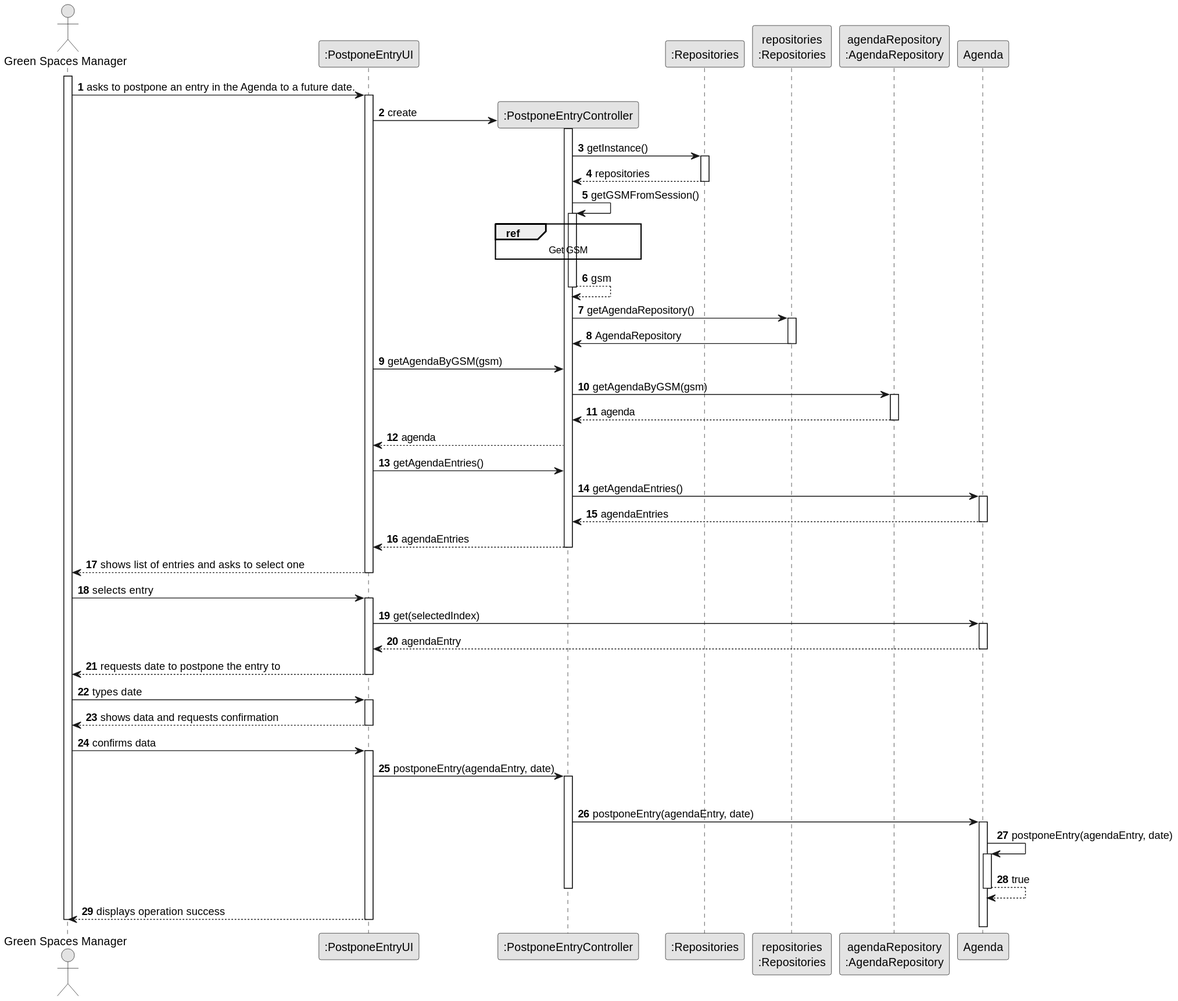
Earlier version of the PlantUML export docs/sprint3/us024/03.design/svg/us024-sequence-diagram-full.svg (tiagosoa/lei-24-s2-1dgh-g073). Source of this version:
```plantuml
@startuml
skinparam monochrome true
skinparam packageStyle rectangle
skinparam shadowing false

autonumber

actor "Green Spaces Manager" as ADM
participant ":PostponeEntryUI" as UI
participant ":PostponeEntryController" as CTRL
participant ":Repositories" as RepositorySingleton
participant "repositories\n:Repositories" as PLAT
participant "agendaRepository\n:AgendaRepository" as AR
participant "Agenda" as AG

activate ADM

        ADM -> UI : asks to postpone an entry in the Agenda to a future date.

        activate UI

            UI -> CTRL** : create

            activate CTRL

                        CTRL -> RepositorySingleton : getInstance()
                                        activate RepositorySingleton

                                            RepositorySingleton --> CTRL: repositories
                                        deactivate RepositorySingleton

                                         CTRL -> CTRL : getGSMFromSession()
                                         activate CTRL

                                         ref over CTRL
                                         Get GSM
                                         end

                                             CTRL --> CTRL : gsm
                                         deactivate CTRL

                             CTRL -> PLAT : getAgendaRepository()
                                     activate PLAT

                                 PLAT -> CTRL : AgendaRepository
                                 deactivate PLAT

                             UI -> CTRL: getAgendaByGSM(gsm)

                             CTRL -> AR: getAgendaByGSM(gsm)
                                         activate AR

                                         AR --> CTRL: agenda
                                         deactivate AR
                             CTRL --> UI : agenda


                             UI -> CTRL : getAgendaEntries()
                            CTRL -> AG : getAgendaEntries()
                            activate AG

                            AG --> CTRL : agendaEntries
                            deactivate AG

                            CTRL --> UI : agendaEntries
                            deactivate CTRL




    UI --> ADM : shows list of entries and asks to select one
    deactivate UI



    ADM -> UI : selects entry
    activate UI

                                     UI -> AG : get(selectedIndex)
                                     activate AG

                                    AG --> UI : agendaEntry
                                    deactivate AG
    UI --> ADM : requests date to postpone the entry to
    deactivate UI

        ADM -> UI : types date
        activate UI


            UI --> ADM : shows data and requests confirmation
            deactivate UI

            ADM -> UI : confirms data
            activate UI


        UI -> CTRL : postponeEntry(agendaEntry, date)
        activate CTRL

            |||

            CTRL -> AG: postponeEntry(agendaEntry, date)
            activate AG

                AG -> AG: postponeEntry(agendaEntry, date)
                            activate AG

                            AG --> AG: true
                            deactivate AG

                deactivate CTRL

            UI --> ADM: displays operation success
    deactivate UI

deactivate ADM
@enduml
```
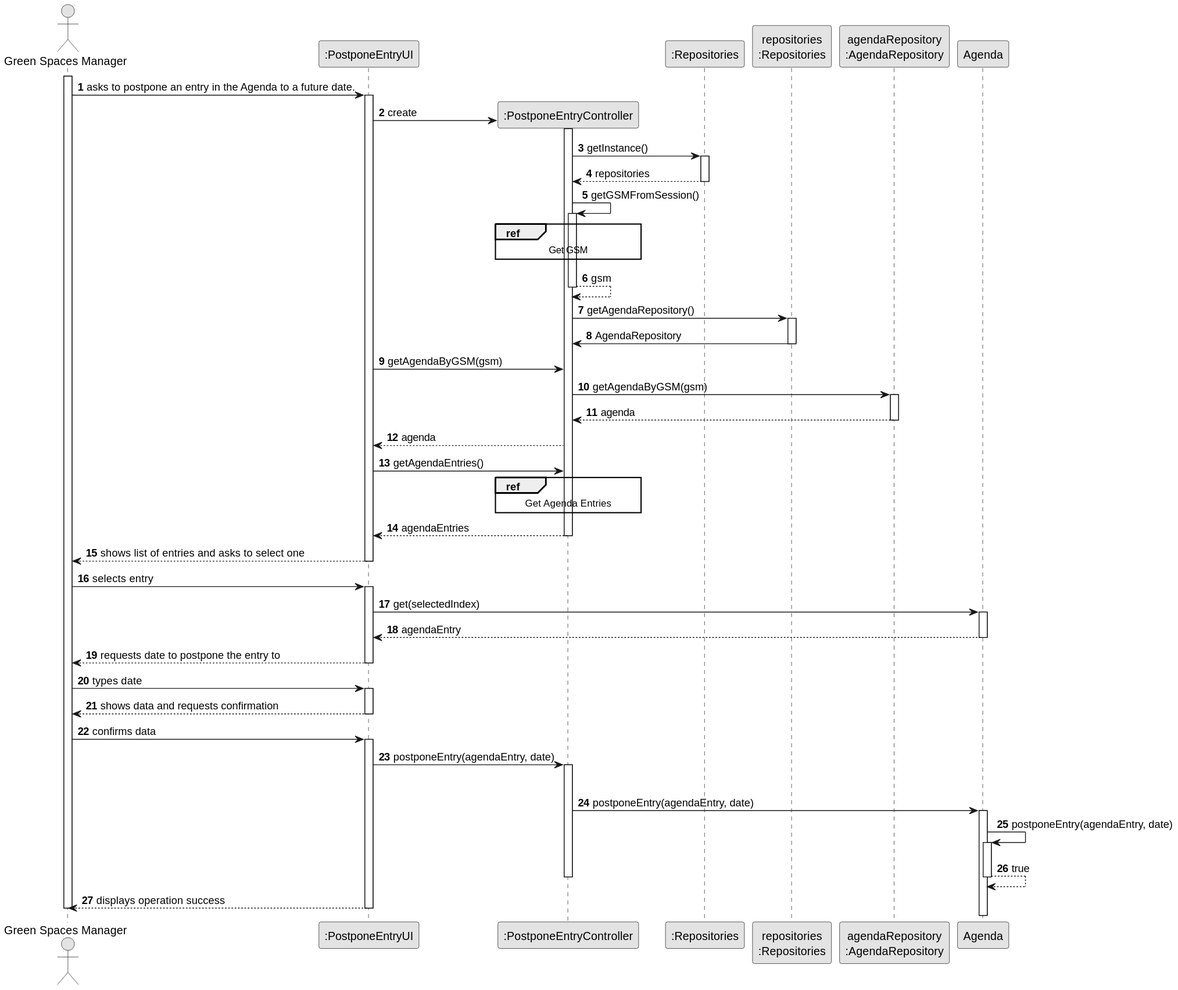
After the change.

What changed in the source:
```diff
@@ -56,11 +56,10 @@
 
 
                              UI -> CTRL : getAgendaEntries()
-                            CTRL -> AG : getAgendaEntries()
-                            activate AG
 
-                            AG --> CTRL : agendaEntries
-                            deactivate AG
+                            ref over CTRL
+                            Get Agenda Entries
+                            end
 
                             CTRL --> UI : agendaEntries
                             deactivate CTRL
```
